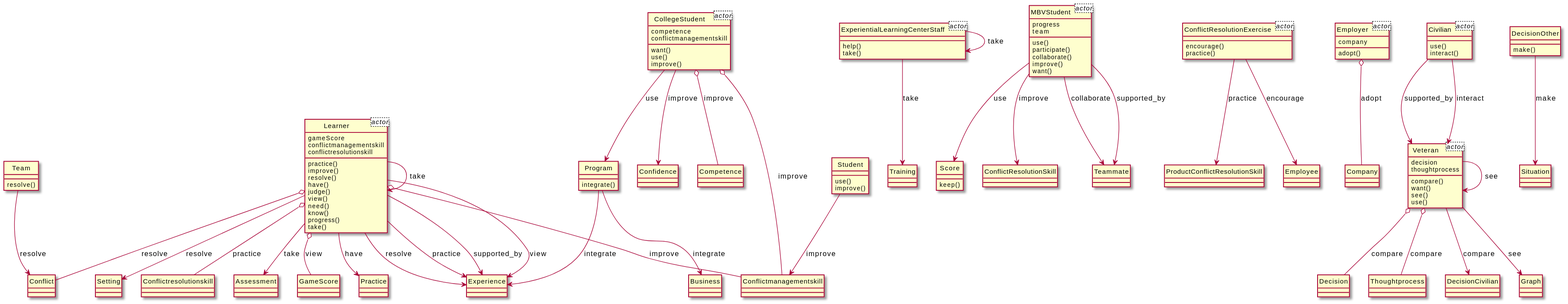
Above: output/diagram_5/2015-USC-Project04.svg in xixixhalu/DomainModelExtractor (PlantUML), before the change.
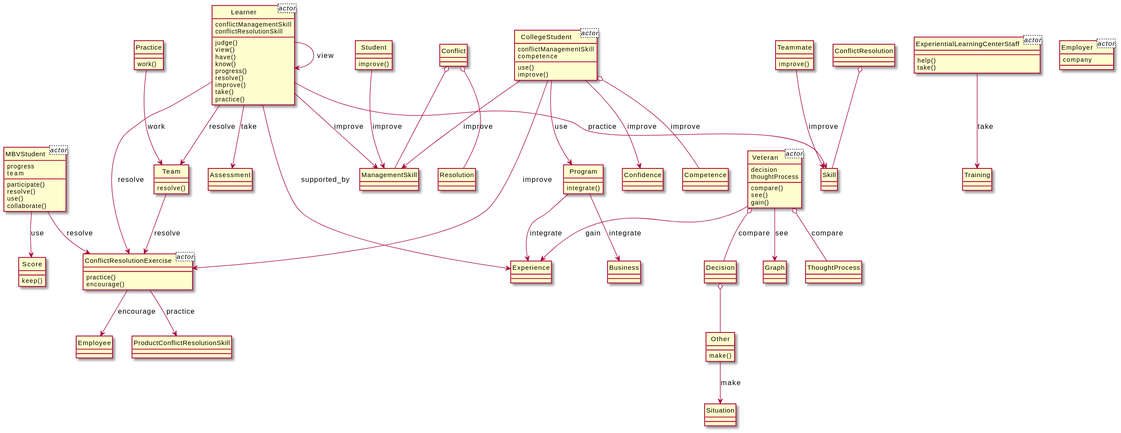
The same file after the commit.

Diff of the diagram source:
```diff
@@ -1,15 +1,14 @@
 @startuml
 hide circle
 class Learner<actor> {
-	gameScore
-	conflictmanagementskill
-	conflictresolutionskill
+	conflictManagementSkill
+	conflictResolutionSkill
 }
 class ExperientialLearningCenterStaff<actor> {
 }
 class CollegeStudent<actor> {
+	conflictManagementSkill
 	competence
-	conflictmanagementskill
 }
 class MBVStudent<actor> {
 	progress
@@ -22,150 +21,127 @@
 }
 class Veteran<actor> {
 	decision
-	thoughtprocess
+	thoughtProcess
 }
-class Civilian<actor> {
+class Other {
+	make()
 }
-class Veteran {
-	compare()
-	want()
-	see()
-	use()
+class Conflict {
 }
-class Learner {
-	practice()
-	improve()
-	resolve()
-	have()
-	judge()
-	view()
-	need()
-	know()
-	progress()
-	take()
+class Resolution {
 }
-class Experience {
+class Skill {
 }
-class Employer {
-	adopt()
-}
-class Decision {
-}
-class ConflictResolutionExercise {
-	encourage()
-	practice()
-}
-class ProductConflictResolutionSkill {
+class ManagementSkill {
 }
 class ExperientialLearningCenterStaff {
 	help()
 	take()
 }
-class Team {
+class Training {
+}
+class Veteran {
+	compare()
+	see()
+	gain()
+}
+class Experience {
+}
+class Learner {
+	judge()
+	view()
+	have()
+	know()
+	progress()
 	resolve()
+	improve()
+	take()
+	practice()
 }
-class MBVStudent {
-	use()
-	participate()
-	collaborate()
+class Student {
 	improve()
-	want()
+}
+class ConflictResolutionExercise {
+	practice()
+	encourage()
+}
+class Decision {
+}
+class Graph {
 }
 class Score {
 	keep()
 }
-class Conflictmanagementskill {
+class Program {
+	integrate()
 }
-class Conflict {
+class MBVStudent {
+	participate()
+	resolve()
+	use()
+	collaborate()
 }
-class Student {
+class CollegeStudent {
 	use()
 	improve()
 }
-class Civilian {
-	use()
-	interact()
+class Employee {
 }
-class DecisionOther {
-	make()
+class Team {
+	resolve()
 }
-class Training {
+class Confidence {
 }
-class ConflictResolutionSkill {
+class Practice {
+	work()
 }
-class Program {
-	integrate()
-}
-class CollegeStudent {
-	want()
-	use()
+class Teammate {
 	improve()
 }
-class Teammate {
+class Situation {
+}
+class Assessment {
+}
+class ProductConflictResolutionSkill {
+}
+class Competence {
 }
 class Business {
 }
-class Employee {
+class ThoughtProcess {
 }
-class Setting {
+class ConflictResolution {
 }
-class Confidence {
-}
-class Thoughtprocess {
-}
-class Conflictresolutionskill {
-}
-class Assessment {
-}
-class Competence {
-}
-class Situation {
-}
-class GameScore {
-}
-class Practice {
-}
-class Company {
-}
-class DecisionCivilian {
-}
-class Graph {
-}
-Civilian --> Veteran : supported_by
+ExperientialLearningCenterStaff --> Training : take
+Team --> ConflictResolutionExercise : resolve
+Program --> Business : integrate
+Student --> ManagementSkill : improve
+Veteran --> Experience : gain
+MBVStudent --> Score : use
+Veteran o-- ThoughtProcess : compare
+CollegeStudent --> ConflictResolutionExercise : improve
+Conflict o-- ManagementSkill
+Learner --> Skill : practice
+Conflict o-- Resolution
+CollegeStudent --> Program : use
+CollegeStudent --> Confidence : improve
+Learner --> Experience : supported_by
 Veteran o-- Decision : compare
+Practice --> Team : work
+ConflictResolution o-- Skill
+Veteran --> Graph : see
+Teammate --> Skill : improve
+Decision o-- Other
+Learner --> ManagementSkill : improve
+Program --> Experience : integrate
+Other --> Situation : make
 Learner --> Assessment : take
+Learner --> Learner : view
+Learner --> Team : resolve
+MBVStudent --> ConflictResolutionExercise : resolve
+CollegeStudent --> ManagementSkill : improve
+ConflictResolutionExercise --> Employee : encourage
+ConflictResolutionExercise --> ProductConflictResolutionSkill : practice
+Learner --> ConflictResolutionExercise : resolve
 CollegeStudent o-- Competence : improve
-MBVStudent --> ConflictResolutionSkill : improve
-ConflictResolutionExercise --> ProductConflictResolutionSkill : practice
-DecisionOther --> Situation : make
-Veteran --> Veteran : see
-ExperientialLearningCenterStaff --> ExperientialLearningCenterStaff : take
-Learner o-- GameScore : view
-Learner --> Learner : take
-CollegeStudent o-- Conflictmanagementskill : improve
-MBVStudent --> Teammate : collaborate
-MBVStudent --> Score : use
-Program --> Experience : integrate
-Program --> Business : integrate
-CollegeStudent --> Program : use
-Learner o-- Conflictmanagementskill : improve
-Learner --> Practice : have
-ConflictResolutionExercise --> Employee : encourage
-Team --> Conflict : resolve
-Employer o-- Company : adopt
-Learner --> Setting : resolve
-Learner --> Experience : supported_by
-Student --> Conflictmanagementskill : improve
-Learner o-- Conflict : resolve
-Learner --> Experience : view
-CollegeStudent --> Confidence : improve
-Learner --> Experience : resolve
-Veteran --> DecisionCivilian : compare
-Learner --> Experience : practice
-Veteran o-- Thoughtprocess : compare
-Civilian --> Veteran : interact
-ExperientialLearningCenterStaff --> Training : take
-Veteran --> Graph : see
-Learner o-- Conflictresolutionskill : practice
-MBVStudent --> Teammate : supported_by
 @enduml
```
